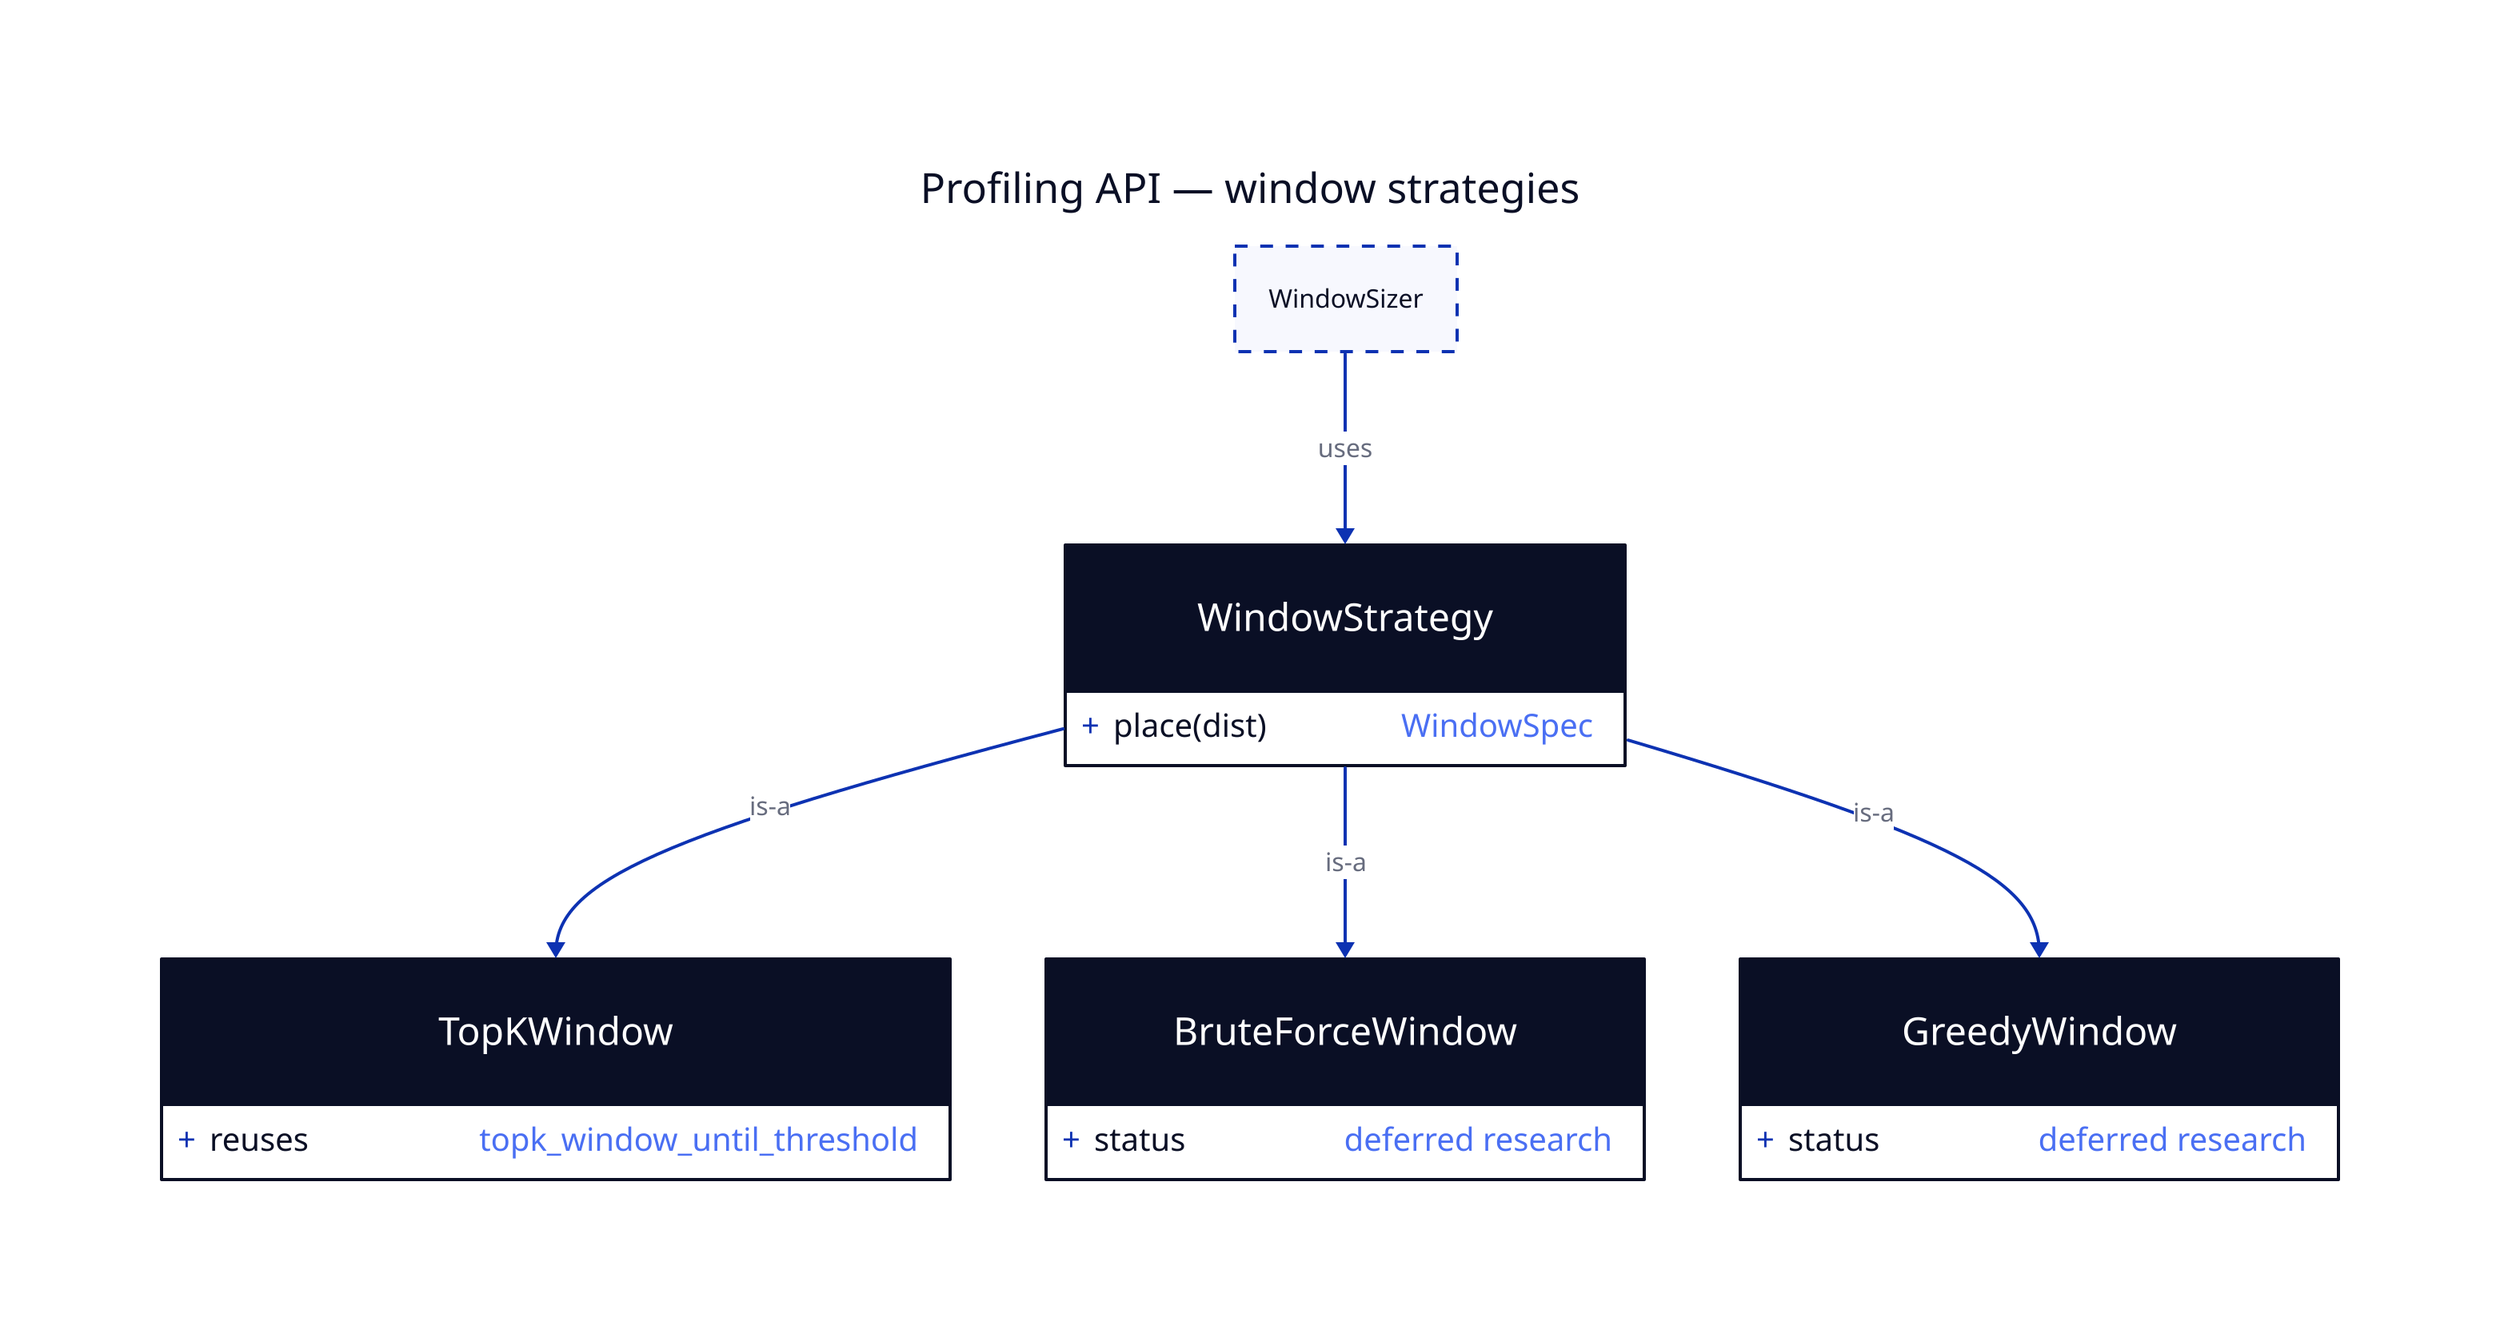
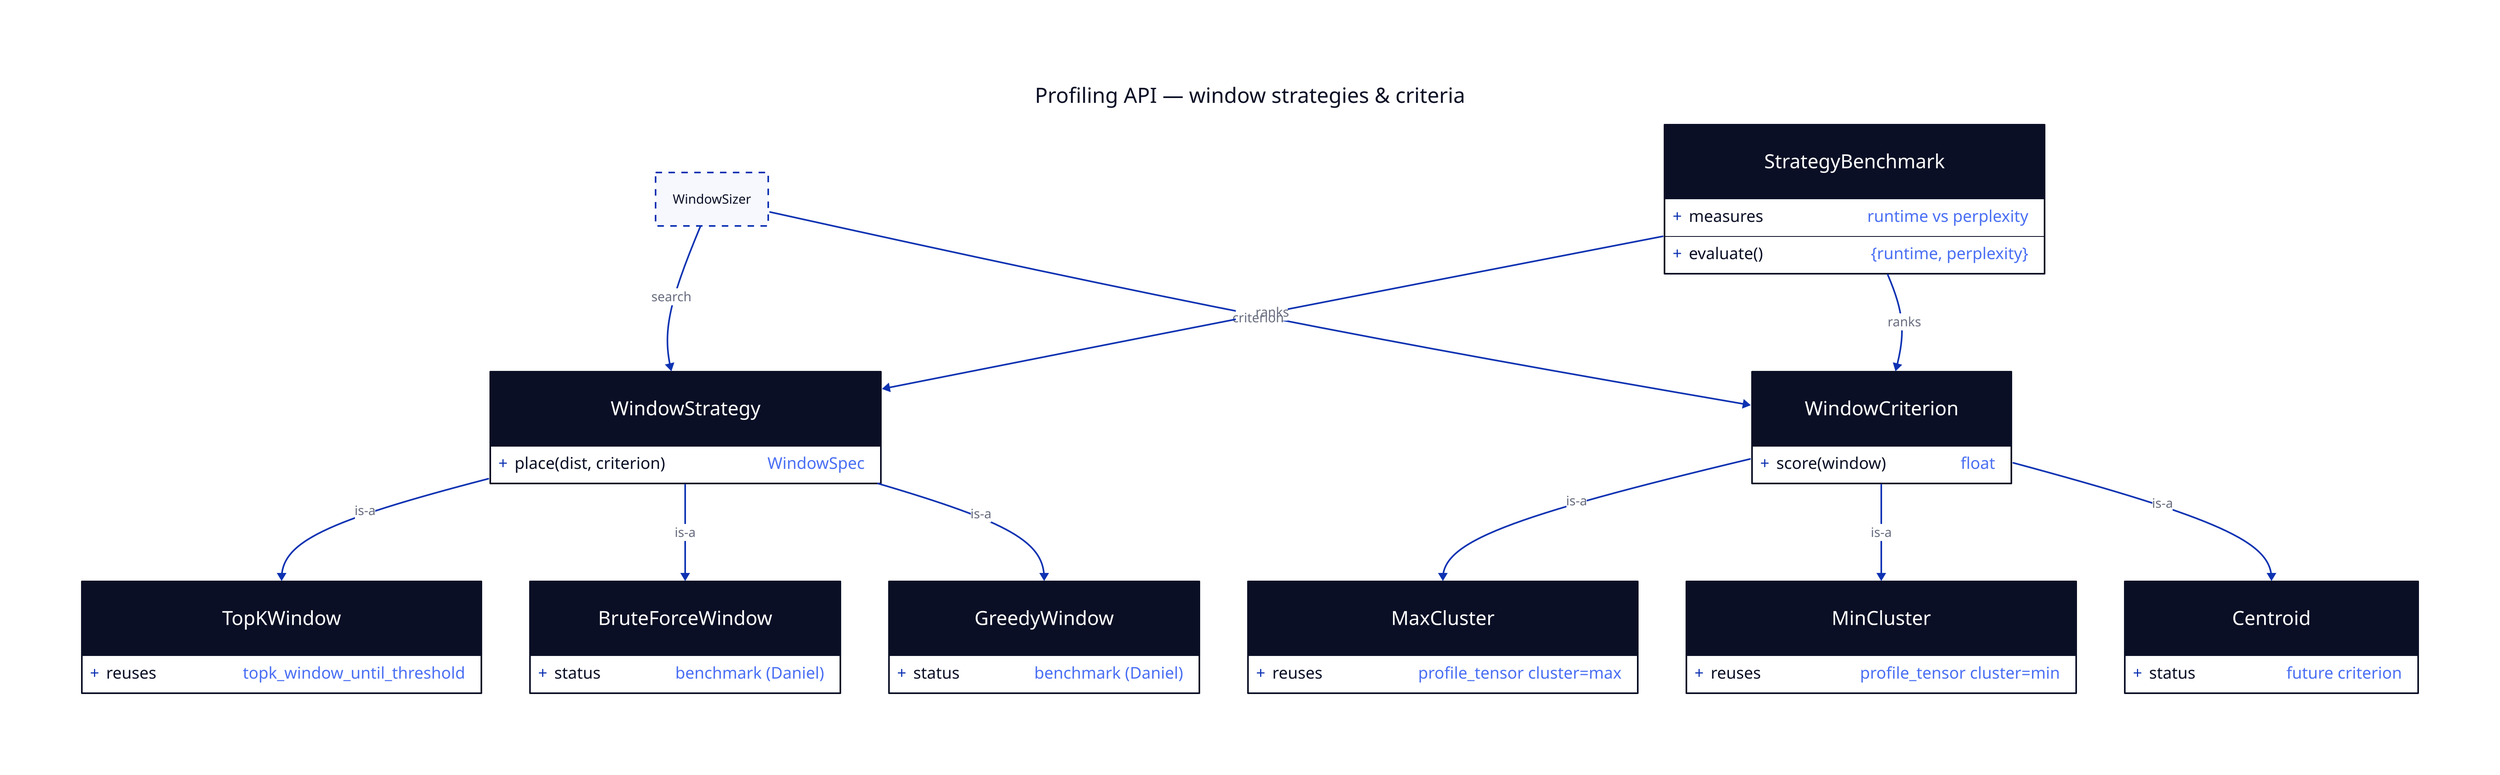
direction: down

- title: Profiling API — window strategies {
+ title: Profiling API — window strategies & criteria {
  near: top-center
  shape: text
  style: { font-size: 26; bold: true }
}

WindowSizer: { style.stroke-dash: 4 }

+ # --- search: HOW to scan window positions ---
WindowStrategy: {
  shape: class
-   "+place(dist)": WindowSpec
+   "+place(dist, criterion)": WindowSpec
}
TopKWindow: { shape: class; "reuses": topk_window_until_threshold }
- BruteForceWindow: { shape: class; "status": "deferred research" }
- GreedyWindow: { shape: class; "status": "deferred research" }
- 
- WindowSizer -> WindowStrategy: uses
+ BruteForceWindow: { shape: class; "status": "benchmark (Daniel)" }
+ GreedyWindow: { shape: class; "status": "benchmark (Daniel)" }
WindowStrategy -> TopKWindow: is-a { target-arrowhead.shape: triangle }
WindowStrategy -> BruteForceWindow: is-a { target-arrowhead.shape: triangle }
WindowStrategy -> GreedyWindow: is-a { target-arrowhead.shape: triangle }
+ 
+ # --- criterion: WHAT to optimize when placing the window (Dr. Wu: keep swappable) ---
+ WindowCriterion: {
+   shape: class
+   "+score(window)": float
+ }
+ MaxCluster: { shape: class; "reuses": "profile_tensor cluster=max" }
+ MinCluster: { shape: class; "reuses": "profile_tensor cluster=min" }
+ Centroid: { shape: class; "status": "future criterion" }
+ WindowCriterion -> MaxCluster: is-a { target-arrowhead.shape: triangle }
+ WindowCriterion -> MinCluster: is-a { target-arrowhead.shape: triangle }
+ WindowCriterion -> Centroid: is-a { target-arrowhead.shape: triangle }
+ 
+ # --- benchmark: pick the best by runtime vs perplexity (Daniel's ask) ---
+ StrategyBenchmark: {
+   shape: class
+   "+evaluate()": "{runtime, perplexity}"
+   "measures": "runtime vs perplexity"
+ }
+ 
+ WindowSizer -> WindowStrategy: search
+ WindowSizer -> WindowCriterion: criterion
+ StrategyBenchmark -> WindowStrategy: ranks
+ StrategyBenchmark -> WindowCriterion: ranks
